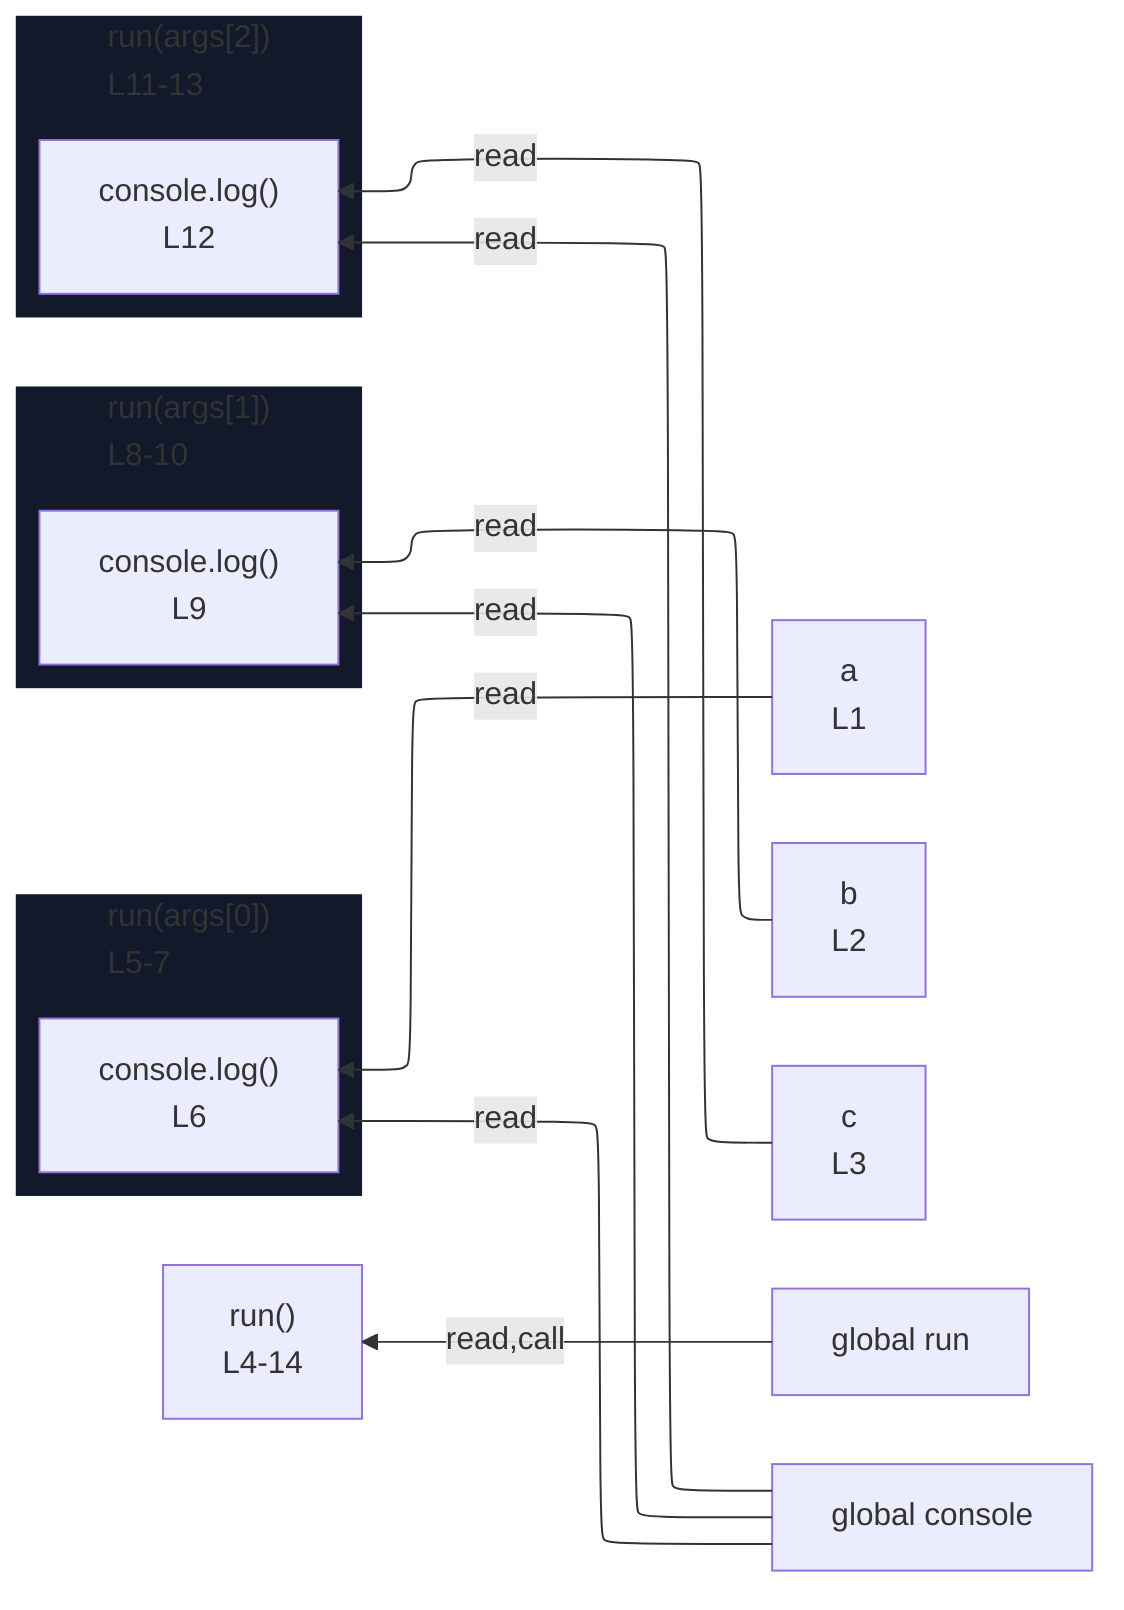
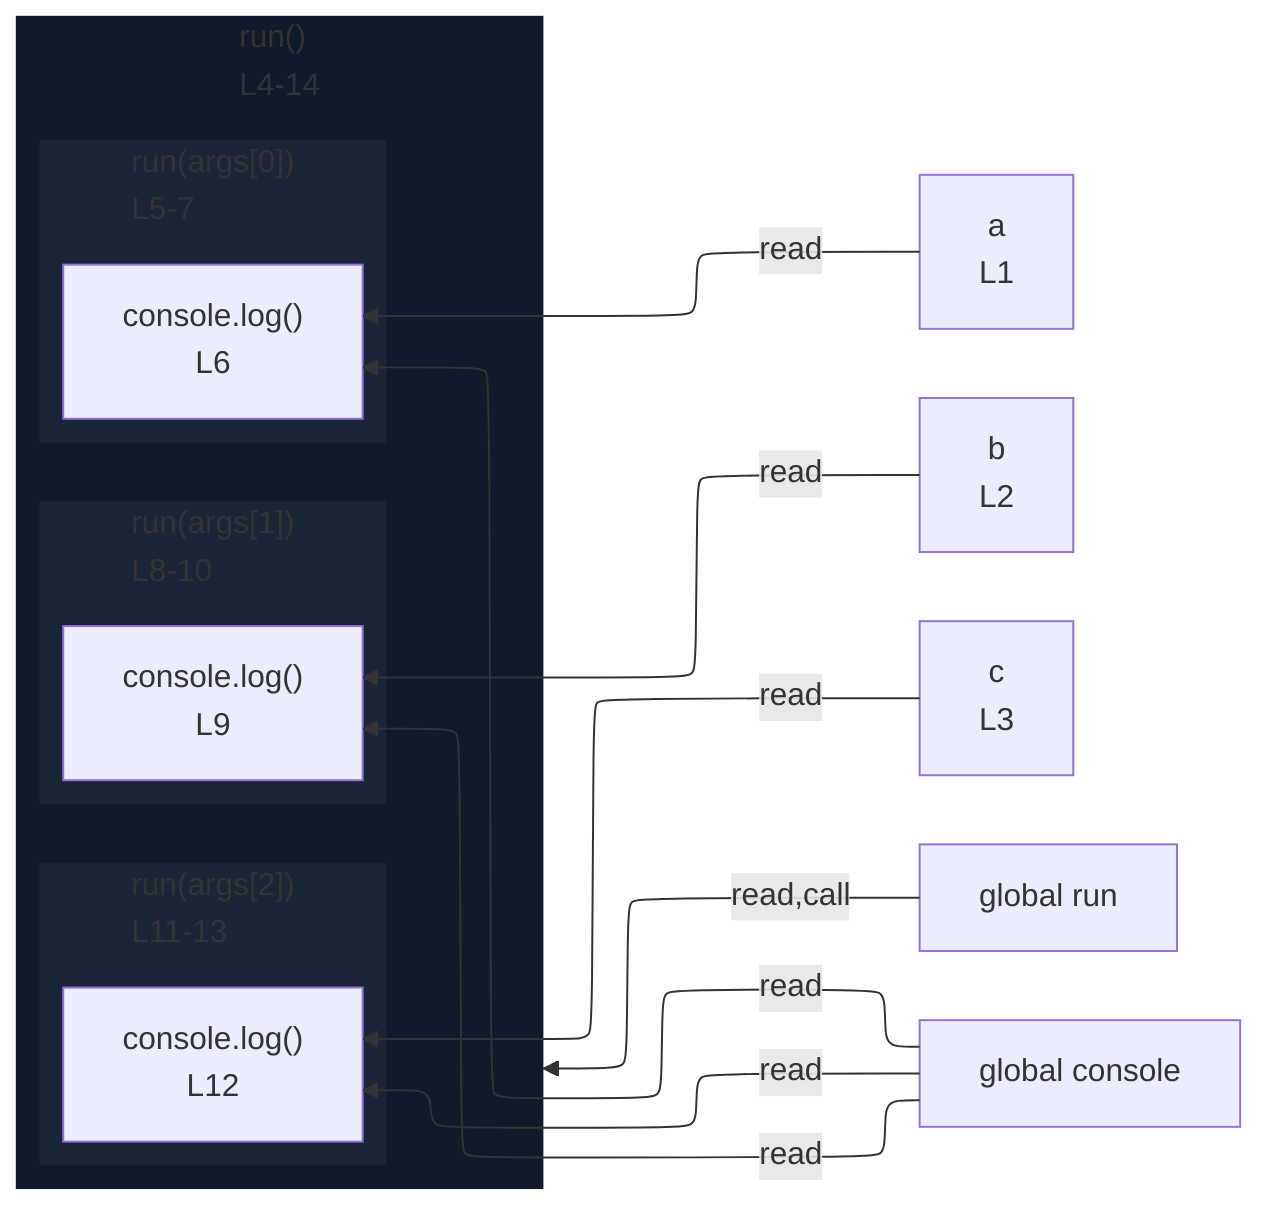
%%{init: {"flowchart": {"defaultRenderer": "elk"}}}%%
flowchart RL
  n_scope_0_a_6["a<br/>L1"]
  n_scope_0_b_19["b<br/>L2"]
  n_scope_0_c_32["c<br/>L3"]
  n_scope_0_run_39["global run"]
  n_scope_0_console_58["global console"]
-   subgraph s_scope_1["run(args[0])<br/>L5-7"]
+   subgraph expr_stmt_39["run()<br/>L4-14"]
    direction RL
-     expr_stmt_58["console.log()<br/>L6"]
-   end
-   subgraph s_scope_2["run(args[1])<br/>L8-10"]
-     direction RL
-     expr_stmt_93["console.log()<br/>L9"]
-   end
-   subgraph s_scope_3["run(args[2])<br/>L11-13"]
-     direction RL
-     expr_stmt_128["console.log()<br/>L12"]
+     subgraph s_scope_1["run(args[0])<br/>L5-7"]
+       direction RL
+       expr_stmt_58["console.log()<br/>L6"]
+     end
+     subgraph s_scope_2["run(args[1])<br/>L8-10"]
+       direction RL
+       expr_stmt_93["console.log()<br/>L9"]
+     end
+     subgraph s_scope_3["run(args[2])<br/>L11-13"]
+       direction RL
+       expr_stmt_128["console.log()<br/>L12"]
+     end
  end
  n_scope_0_run_39 -->|read,call| expr_stmt_39
  n_scope_0_console_58 -->|read| expr_stmt_58
  n_scope_0_a_6 -->|read| expr_stmt_58
  n_scope_0_console_58 -->|read| expr_stmt_93
  n_scope_0_b_19 -->|read| expr_stmt_93
  n_scope_0_console_58 -->|read| expr_stmt_128
  n_scope_0_c_32 -->|read| expr_stmt_128
-   expr_stmt_39["run()<br/>L4-14"]
  classDef nestL1 fill:#11192a,stroke:transparent;
-   class s_scope_1 nestL1;
-   class s_scope_2 nestL1;
-   class s_scope_3 nestL1;
+   class expr_stmt_39 nestL1;
+   classDef nestL2 fill:#1a2538,stroke:transparent;
+   class s_scope_1 nestL2;
+   class s_scope_2 nestL2;
+   class s_scope_3 nestL2;
